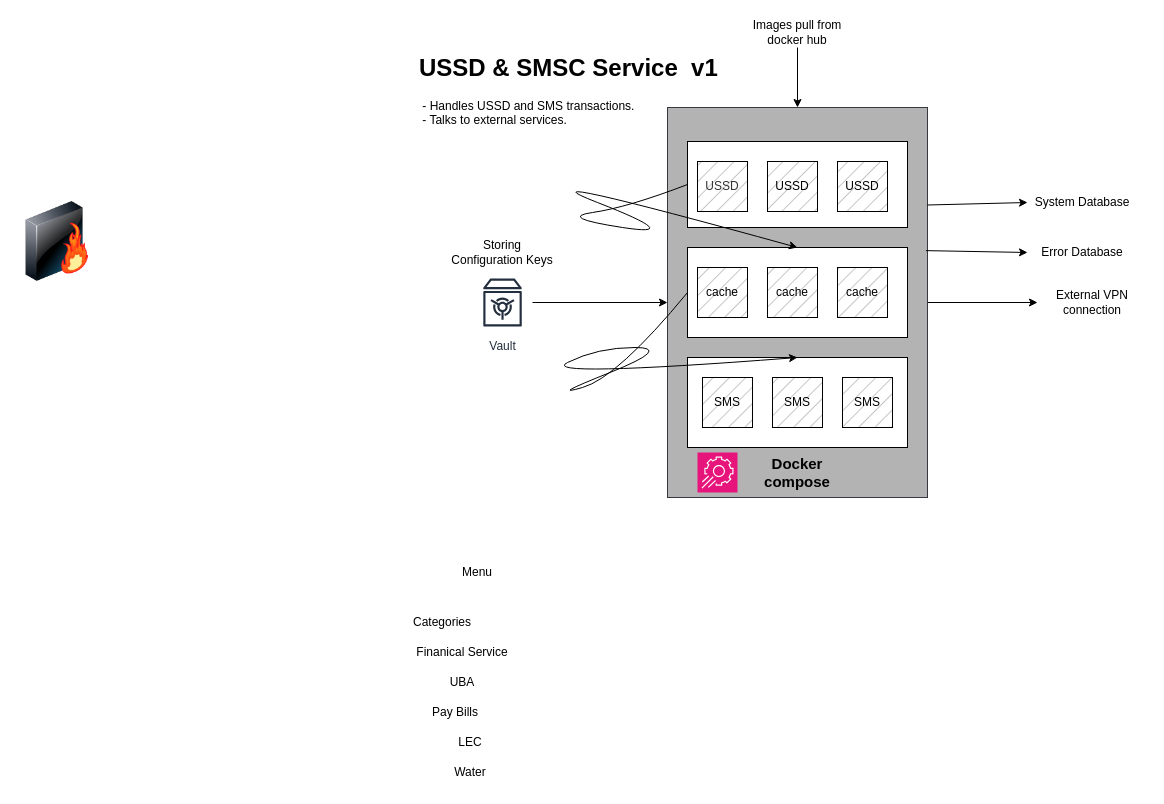
Above: VAS.drawio in brilliantnarlo/system-design (draw.io), before the change. Source tidied: cells renumbered, new cells numbered last; positions are measured from the earlier drawing's top-left corner, leaving out a move shared by most shapes. Both pictures are drawn from the tidied source at 100%, with x=0, y=0 at pixel (17, 17).
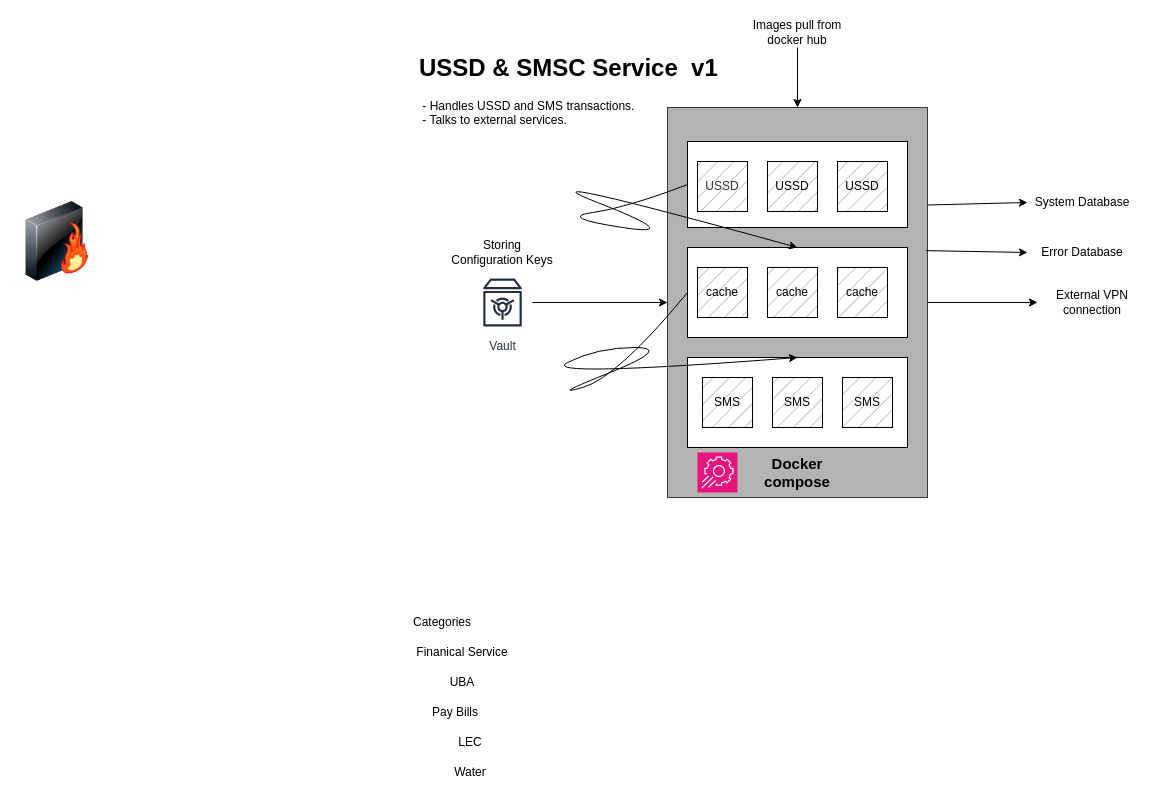
The same page after the edit.

Change to the diagram source:
```diff
@@
-    <mxCell id="32" value="Menu" style="text;html=1;whiteSpace=wrap;strokeColor=none;fillColor=none;align=center;verticalAlign=middle;rounded=0;" parent="1" vertex="1">
-      <mxGeometry x="405" y="540" width="110" height="30" as="geometry" />
-    </mxCell>
```
